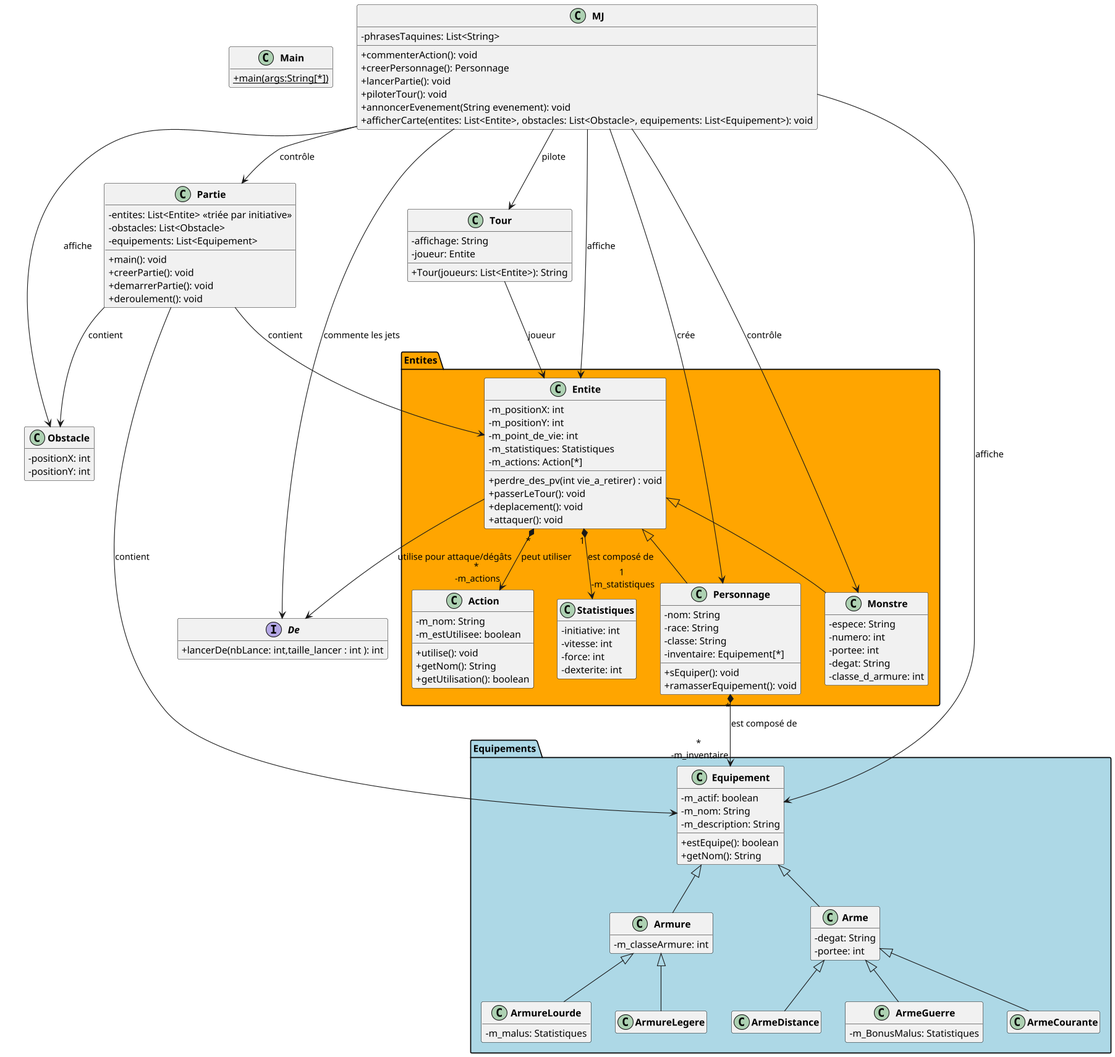
The PlantUML diagram uml/semaine1.png in Lejo54/DnD_POO, before a commit.
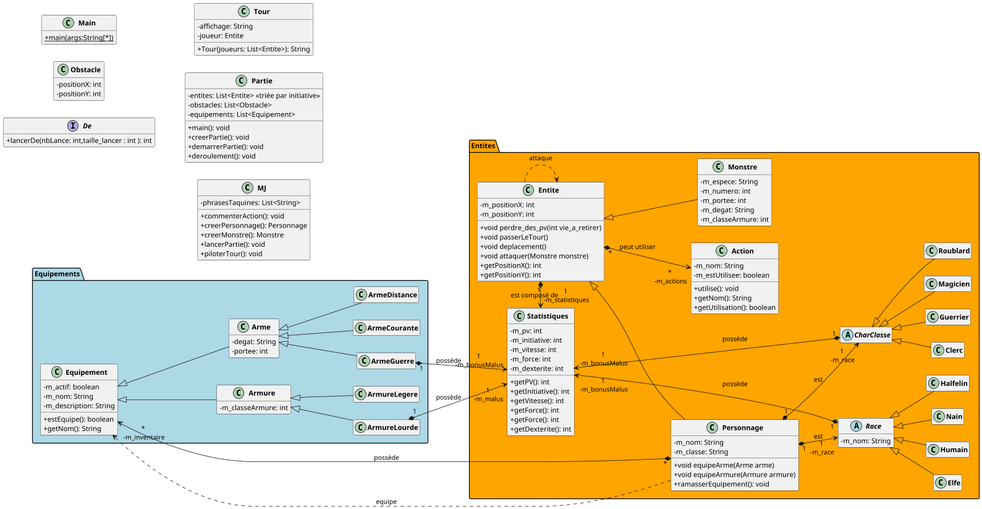
The same diagram one commit later.

What changed in the source:
```diff
@@ -1,6 +1,7 @@
 @startuml
 skinparam classAttributeIconSize 0
 skinparam classFontStyle Bold
+left to right direction
 hide empty members
 
 class Main
@@ -12,13 +13,12 @@
     class Entite {
       - m_positionX: int
       - m_positionY: int
-      - m_point_de_vie: int
-      - m_statistiques: Statistiques
-      - m_actions: Action[*]
-      + perdre_des_pv(int vie_a_retirer) : void
-      + passerLeTour(): void
-      + deplacement(): void
-      + attaquer(): void
+      + void perdre_des_pv(int vie_a_retirer)
+      + void passerLeTour()
+      + void deplacement()
+      + void attaquer(Monstre monstre)
+      + getPositionX(): int
+      + getPositionY(): int
     }
     class Action{
       - m_nom: String
@@ -28,30 +28,56 @@
       + getUtilisation(): boolean
     }
     class Statistiques {
-      - initiative: int
-      - vitesse: int
-      - force: int
-      - dexterite: int
+      - m_pv: int
+      - m_initiative: int
+      - m_vitesse: int
+      - m_force: int
+      - m_dexterite: int
+      + getPV(): int
+      +getInitiative(): int
+      +getVitesse(): int
+      +getForce(): int
+      +getForce(): int
+      +getDexterite(): int
     }
 
     class Personnage extends Entite {
-      - nom: String
-      - race: String
-      - classe: String
-      - inventaire: Equipement[*]
-      + sEquiper(): void
+      - m_nom: String
+      - m_classe: String
+      + void equipeArme(Arme arme)
+      + void equipeArmure(Armure armure)
       + ramasserEquipement(): void
     }
 
     class Monstre extends Entite{
-      - espece: String
-      - numero: int
-      - portee: int
-      - degat: String
-      - classe_d_armure: int
+      - m_espece: String
+      - m_numero: int
+      - m_portee: int
+      - m_degat: String
+      - m_classeArmure: int
+
     }
-  Entite "1" *--> "1\n -m_statistiques" Statistiques : est composé de
+    abstract class Race{
+      - m_nom: String
+    }
+    class Elfe extends Race{}
+    class Humain extends Race{}
+    class Nain extends Race{}
+    class Halfelin extends Race{}
+
+    abstract class CharClasse{}
+    class Clerc extends CharClasse{}
+    class Guerrier extends CharClasse{}
+    class Magicien extends CharClasse{}
+    class Roublard extends CharClasse{}
+  Entite "1" *-left-> "1\n -m_statistiques" Statistiques : est composé de
   Entite "*" *--> "*\n -m_actions" Action: peut utiliser
+  Personnage "1" *--> "1\n -m_race" Race: est
+  Race "1" *--> "1\n -m_bonusMalus" Statistiques: possède
+  Personnage "1" *--> "1\n -m_race" CharClasse: est
+  CharClasse "1" *--> "1\n -m_bonusMalus" Statistiques: possède
+  Entite .> Entite : attaque
+
 }
 
 package Equipements #LightBlue{
@@ -68,7 +94,6 @@
       - m_classeArmure: int
     }
     class ArmureLourde extends Armure{
-      - m_malus: Statistiques
     }
     class ArmureLegere extends Armure{
     }
@@ -78,15 +103,16 @@
       - portee: int
     }
     class ArmeGuerre extends Arme{
-      - m_BonusMalus: Statistiques
     }
     class ArmeCourante extends Arme{
     }
     class ArmeDistance extends Arme{
     }
 }
-Personnage "*" *--> "*\n -m_inventaire" Equipement: est composé de
-
+Personnage "*" *--> "*\n -m_inventaire" Equipement: possède
+ArmeGuerre "1" *--> "1\n -m_bonusMalus" Statistiques: possède
+ArmureLourde "1" *--> "1\n -m_malus" Statistiques: possède
+Personnage .> Equipement : equipe
 class Obstacle {
   - positionX: int
   - positionY: int
@@ -116,25 +142,11 @@
   - phrasesTaquines: List<String>
   + commenterAction(): void
   + creerPersonnage(): Personnage
+  + creerMonstre(): Monstre
   + lancerPartie(): void
   + piloterTour(): void
-  + annoncerEvenement(String evenement): void
-  + afficherCarte(entites: List<Entite>, obstacles: List<Obstacle>, equipements: List<Equipement>): void
 }
 
-MJ --> Personnage : crée
-MJ --> Partie : contrôle
-MJ --> Tour : pilote
-MJ --> Monstre : contrôle
-MJ --> De : commente les jets
-MJ --> Entite : affiche
-MJ --> Obstacle : affiche
-MJ --> Equipement : affiche
-Tour --> Entite : joueur
-Partie --> Entite : contient
-Partie --> Obstacle : contient
-Partie --> Equipement : contient
-Entite --> De : utilise pour attaque/dégâts
 
 
 
```
